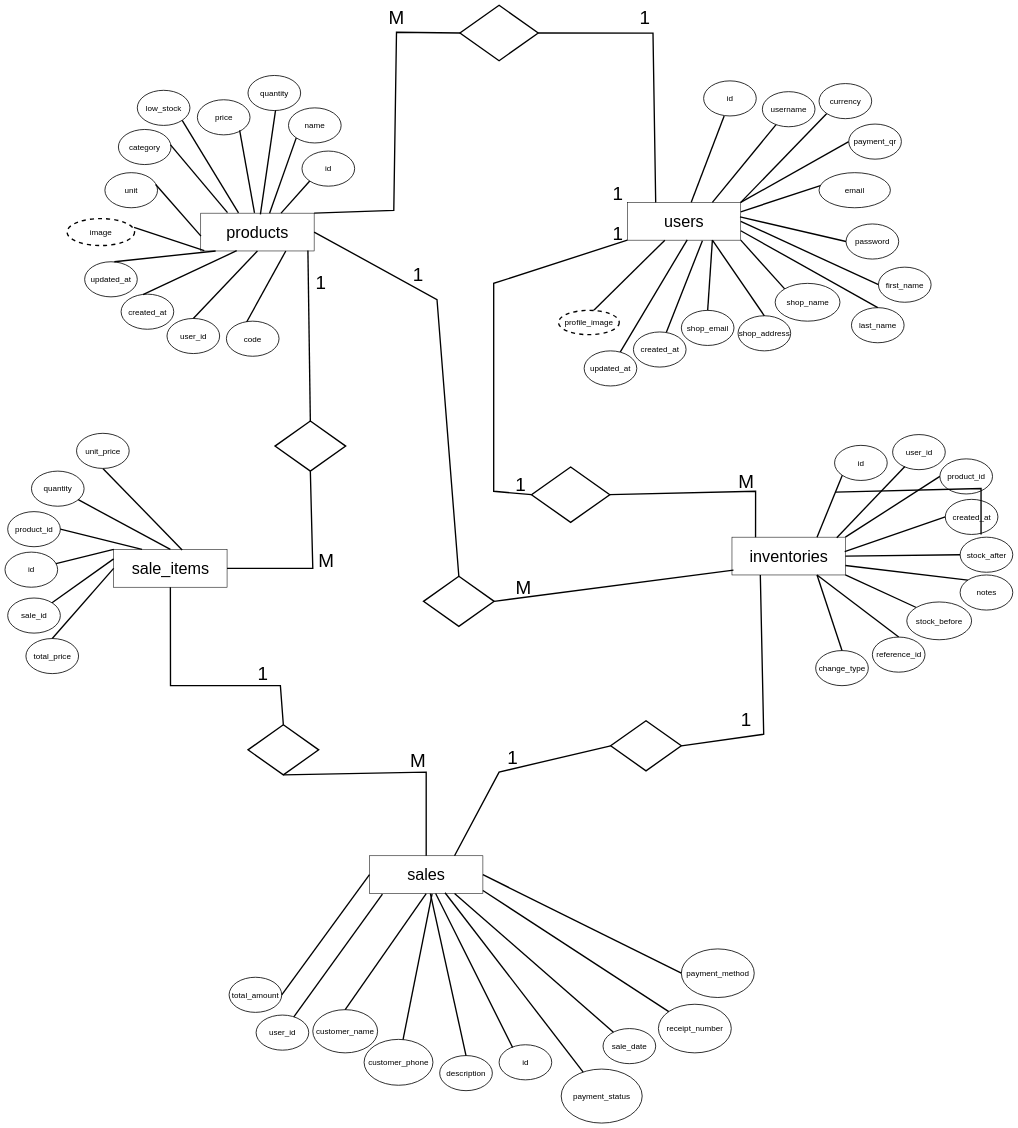
Earlier version of the draw.io diagram App ER Diagram.drawio (ChornChhery/Jame). Source tidied: cells renumbered, new cells numbered last; positions are measured from the earlier drawing's top-left corner, leaving out a move shared by most shapes. Both pictures are drawn from the tidied source at 27%, with x=0, y=0 at pixel (5, 5).
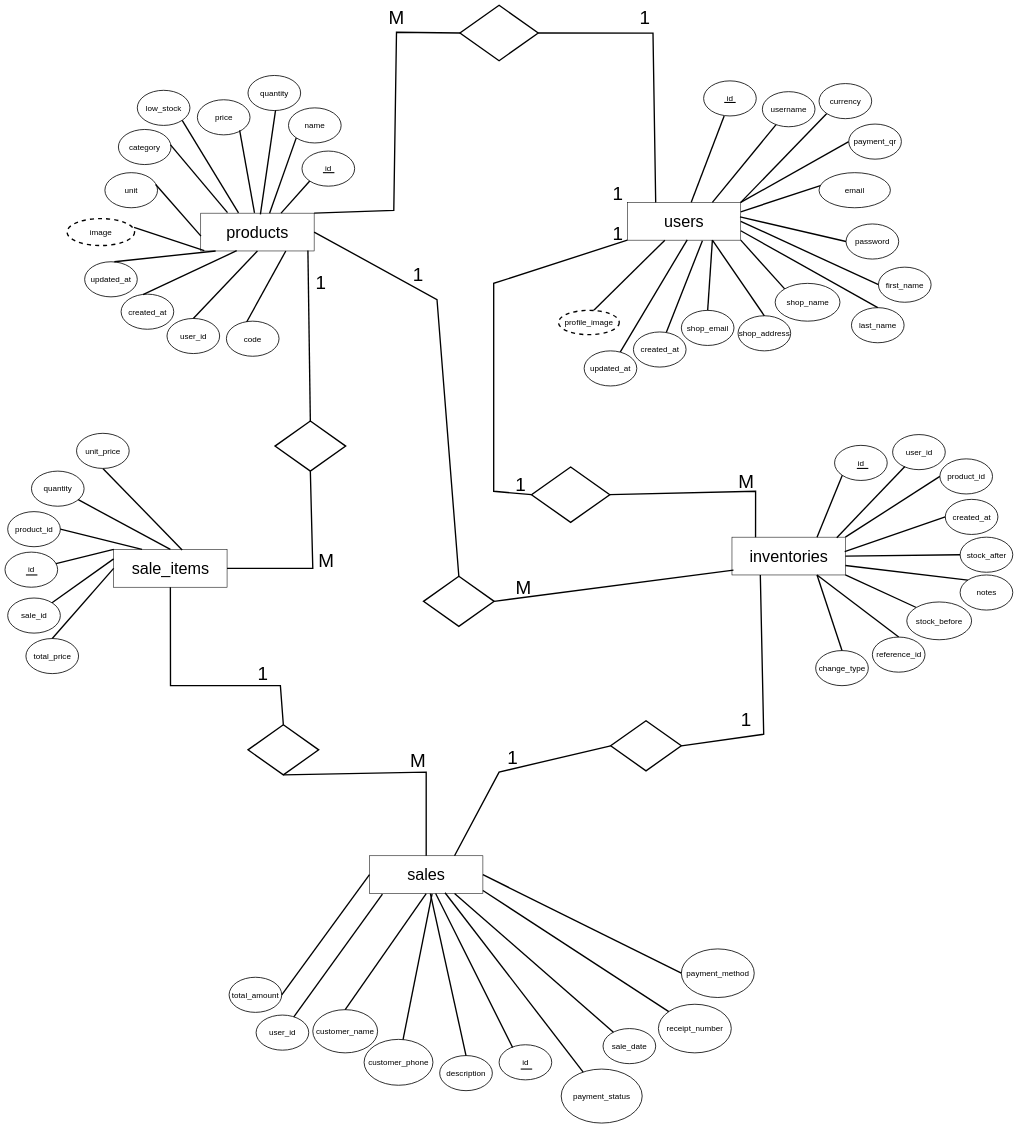
After the change.

What changed in the source:
```diff
@@
-    <mxCell id="117" style="endArrow=none;html=1;rounded=0;strokeWidth=5;exitX=1;exitY=0.5;exitDx=0;exitDy=0;entryX=0.208;entryY=0;entryDx=0;entryDy=0;entryPerimeter=0;" parent="1" edge="1">
-      <mxGeometry relative="1" as="geometry">
-        <mxPoint x="3075" y="1803" as="sourcePoint" />
-        <mxPoint x="3615" y="1960" as="targetPoint" />
-        <Array as="points">
-          <mxPoint x="3615" y="1790" />
-        </Array>
-      </mxGeometry>
-    </mxCell>
@@
+    <mxCell id="142" style="endArrow=none;html=1;rounded=0;strokeWidth=4;" parent="1" edge="1">
+      <mxGeometry relative="1" as="geometry">
+        <mxPoint x="77.5" y="2110" as="sourcePoint" />
+        <mxPoint x="120" y="2110" as="targetPoint" />
+      </mxGeometry>
+    </mxCell>
+    <mxCell id="143" style="endArrow=none;html=1;rounded=0;strokeWidth=4;" parent="1" edge="1">
+      <mxGeometry relative="1" as="geometry">
+        <mxPoint x="1177.5" y="620" as="sourcePoint" />
+        <mxPoint x="1220" y="620" as="targetPoint" />
+      </mxGeometry>
+    </mxCell>
+    <mxCell id="144" style="endArrow=none;html=1;rounded=0;strokeWidth=4;" parent="1" edge="1">
+      <mxGeometry relative="1" as="geometry">
+        <mxPoint x="2663.8" y="360" as="sourcePoint" />
+        <mxPoint x="2706.2" y="360" as="targetPoint" />
+      </mxGeometry>
+    </mxCell>
+    <mxCell id="145" style="endArrow=none;html=1;rounded=0;strokeWidth=4;" parent="1" edge="1">
+      <mxGeometry relative="1" as="geometry">
+        <mxPoint x="3155" y="1715.4" as="sourcePoint" />
+        <mxPoint x="3197.5" y="1715.4" as="targetPoint" />
+      </mxGeometry>
+    </mxCell>
+    <mxCell id="146" style="endArrow=none;html=1;rounded=0;strokeWidth=4;" parent="1" edge="1">
+      <mxGeometry relative="1" as="geometry">
+        <mxPoint x="1910" y="3940" as="sourcePoint" />
+        <mxPoint x="1952.5" y="3940" as="targetPoint" />
+      </mxGeometry>
+    </mxCell>
```
